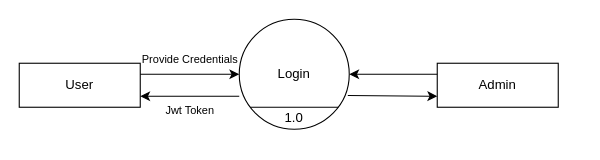
Above: Untitled Diagram.drawio in shalulaha/Minor_Project (draw.io), before the change. Source tidied: cells renumbered, new cells numbered last; positions are measured from the earlier drawing's top-left corner, leaving out a move shared by most shapes. Both pictures are drawn from the tidied source at 110%, with x=0, y=0 at pixel (19, 19).
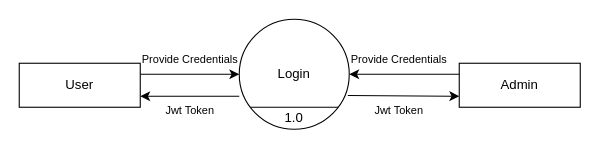
The same page after the edit.

The edit, as a diff of the source:
```diff
@@
 <mxGraphModel>
   <root>
     <mxCell id="0" />
     <mxCell id="1" parent="0" />
     <mxCell id="2" value="Login" style="ellipse;whiteSpace=wrap;html=1;" parent="1" vertex="1">
       <mxGeometry x="200" width="100" height="100" as="geometry" />
     </mxCell>
     <mxCell id="3" style="endArrow=none;html=1;rounded=0;" parent="1" edge="1">
       <mxGeometry relative="1" as="geometry">
         <mxPoint x="290" y="80" as="sourcePoint" />
         <mxPoint x="210" y="80" as="targetPoint" />
       </mxGeometry>
     </mxCell>
     <mxCell id="4" value="1.0" style="text;html=1;align=center;verticalAlign=middle;whiteSpace=wrap;rounded=0;" parent="1" vertex="1">
       <mxGeometry x="225" y="80" width="50" height="20" as="geometry" />
     </mxCell>
     <mxCell id="5" value="Admin" style="rounded=0;whiteSpace=wrap;html=1;" parent="1" vertex="1">
-      <mxGeometry x="380" y="40" width="110" height="40" as="geometry" />
+      <mxGeometry x="400" y="40" width="110" height="40" as="geometry" />
     </mxCell>
     <mxCell id="6" value="User" style="rounded=0;whiteSpace=wrap;html=1;" parent="1" vertex="1">
       <mxGeometry y="40" width="110" height="40" as="geometry" />
     </mxCell>
     <mxCell id="7" style="endArrow=classic;html=1;rounded=0;entryX=0;entryY=0.5;entryDx=0;entryDy=0;" parent="1" edge="1" target="2">
       <mxGeometry relative="1" as="geometry">
         <mxPoint x="110" y="50" as="sourcePoint" />
       </mxGeometry>
     </mxCell>
     <mxCell id="8" style="endArrow=classic;html=1;rounded=0;" parent="1" edge="1">
       <mxGeometry relative="1" as="geometry">
         <mxPoint x="200" y="70" as="sourcePoint" />
         <mxPoint x="110" y="70" as="targetPoint" />
       </mxGeometry>
     </mxCell>
     <mxCell id="9" style="endArrow=classic;html=1;rounded=0;exitX=0;exitY=0.25;exitDx=0;exitDy=0;" parent="1" edge="1" source="5">
       <mxGeometry relative="1" as="geometry">
         <mxPoint x="300" y="50" as="targetPoint" />
       </mxGeometry>
     </mxCell>
     <mxCell id="10" style="endArrow=classic;html=1;rounded=0;entryX=0;entryY=0.75;entryDx=0;entryDy=0;exitX=0.987;exitY=0.693;exitDx=0;exitDy=0;exitPerimeter=0;" parent="1" edge="1" source="2" target="5">
       <mxGeometry relative="1" as="geometry" />
     </mxCell>
     <mxCell id="11" value="&lt;font style=&quot;font-size: 10px;&quot;&gt;Provide Credentials&lt;/font&gt;&lt;div&gt;&lt;br&gt;&lt;/div&gt;" style="text;html=1;align=center;verticalAlign=middle;strokeColor=none;fillColor=none;" parent="1" vertex="1">
       <mxGeometry x="100" y="23" width="110" height="40" as="geometry" />
     </mxCell>
     <mxCell id="12" value="&lt;font style=&quot;font-size: 10px;&quot;&gt;Jwt Token&lt;/font&gt;&lt;div&gt;&lt;font style=&quot;font-size: 10px;&quot;&gt;&lt;br&gt;&lt;/font&gt;&lt;/div&gt;" style="text;html=1;align=center;verticalAlign=middle;strokeColor=none;fillColor=none;" parent="1" vertex="1">
       <mxGeometry x="120" y="70" width="70" height="40" as="geometry" />
     </mxCell>
+    <mxCell id="13" value="&lt;font style=&quot;font-size: 10px;&quot;&gt;Provide Credentials&lt;/font&gt;&lt;div&gt;&lt;br&gt;&lt;/div&gt;" style="text;html=1;align=center;verticalAlign=middle;strokeColor=none;fillColor=none;" parent="1" vertex="1">
+      <mxGeometry x="290" y="23" width="110" height="40" as="geometry" />
+    </mxCell>
+    <mxCell id="14" value="&lt;font style=&quot;font-size: 10px;&quot;&gt;Jwt Token&lt;/font&gt;&lt;div&gt;&lt;font style=&quot;font-size: 10px;&quot;&gt;&lt;br&gt;&lt;/font&gt;&lt;/div&gt;" style="text;html=1;align=center;verticalAlign=middle;strokeColor=none;fillColor=none;" parent="1" vertex="1">
+      <mxGeometry x="310" y="70" width="70" height="40" as="geometry" />
+    </mxCell>
   </root>
 </mxGraphModel>
```
